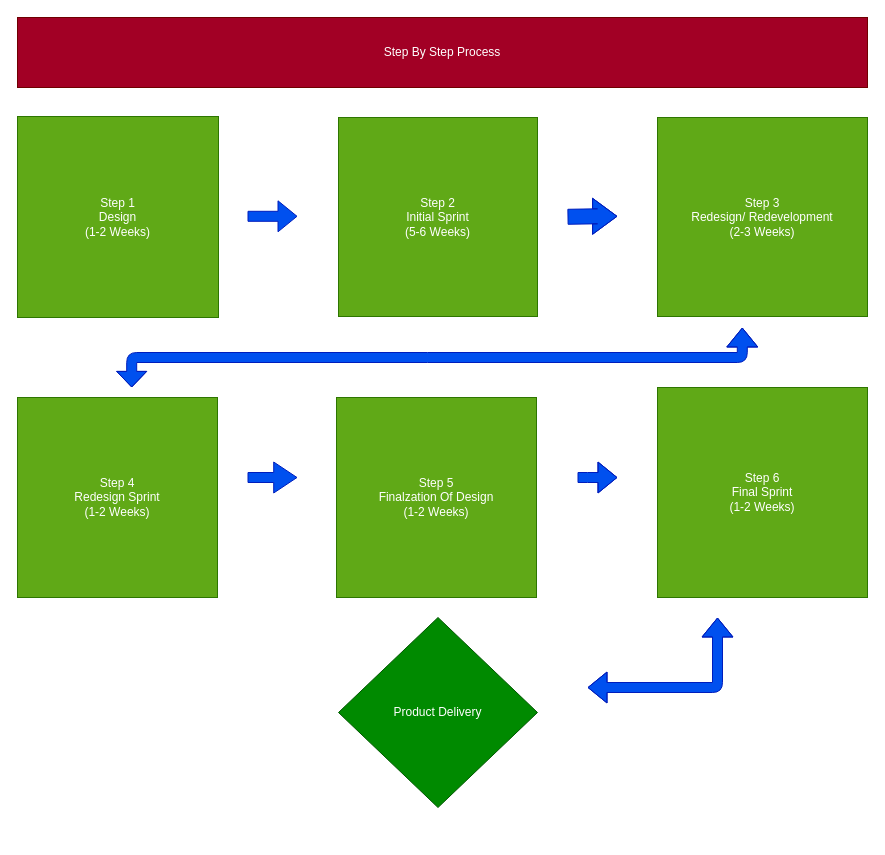
Above: Frontend/src/Wireframes/StepOutline.drawio in DeanWilcoxson/BusinessWebsite (draw.io), before the change. Source tidied: cells renumbered, new cells numbered last; positions are measured from the earlier drawing's top-left corner, leaving out a move shared by most shapes. Both pictures are drawn from the tidied source at 100%, with x=0, y=0 at pixel (17, 17).
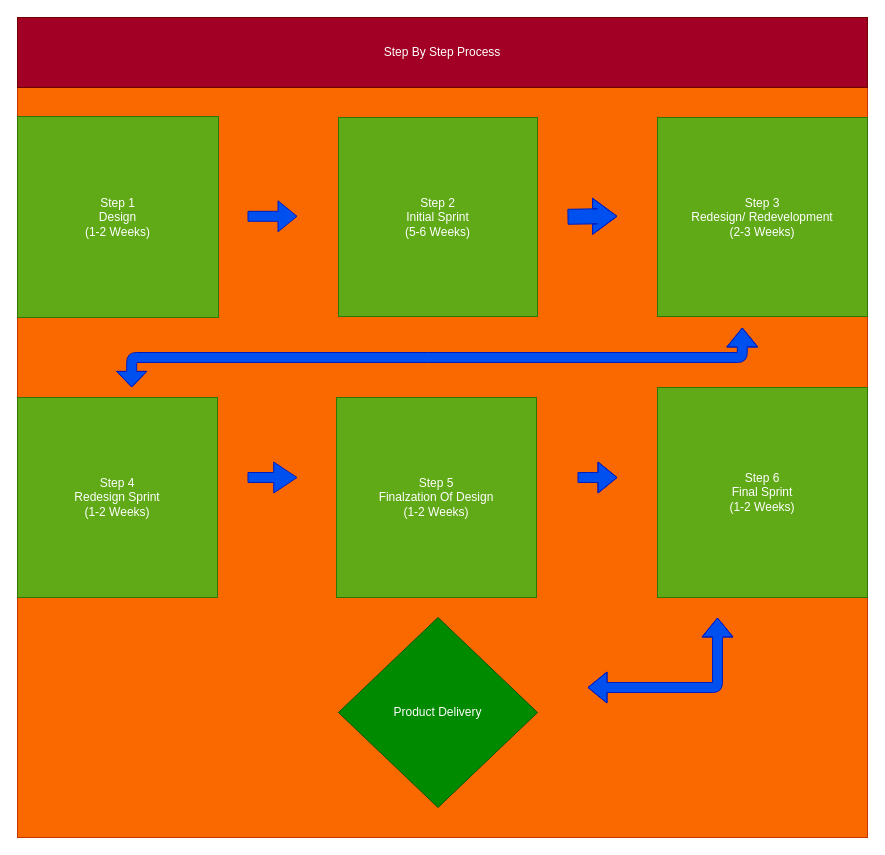
The same page after the edit.

Commit message:
Coloring Wireframes by Component

Change to the diagram source:
```diff
@@
+    <mxCell id="16" style="rounded=0;whiteSpace=wrap;html=1;fillColor=#fa6800;fontColor=#000000;strokeColor=#C73500;" parent="1" vertex="1">
+      <mxGeometry y="70" width="850" height="750" as="geometry" />
+    </mxCell>
```
